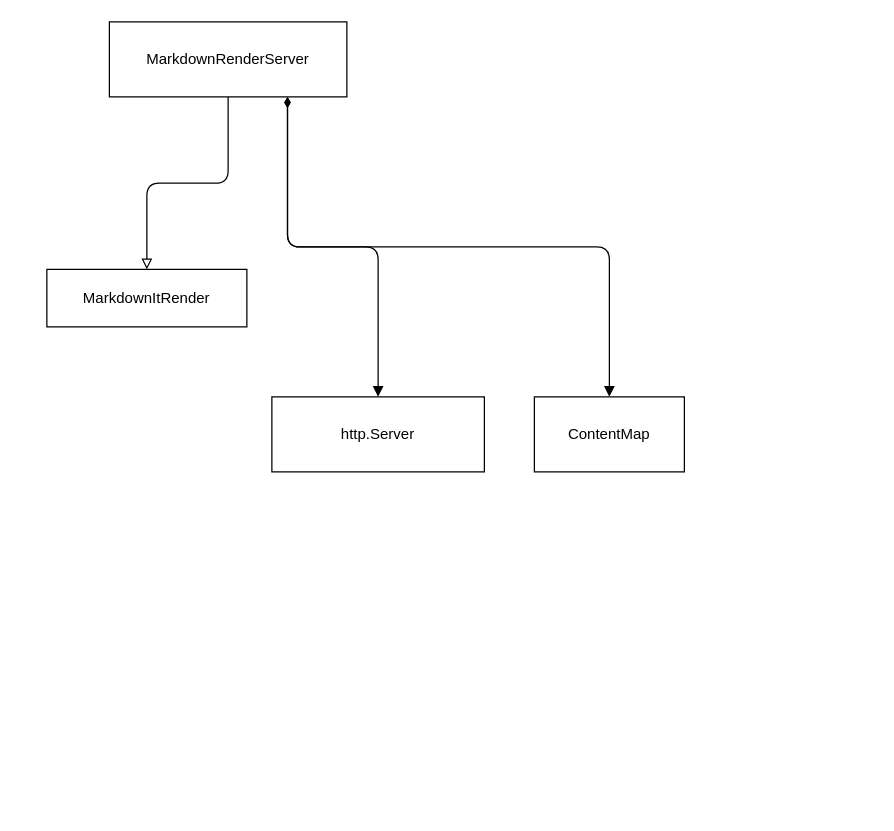
Earlier version of the draw.io diagram docs/memo/architecture.drawio (kazumatu981/markdown-it-pdf). Source tidied: cells renumbered, new cells numbered last; positions are measured from the earlier drawing's top-left corner, leaving out a move shared by most shapes. Both pictures are drawn from the tidied source at 125%, with x=0, y=0 at pixel (46, 21).
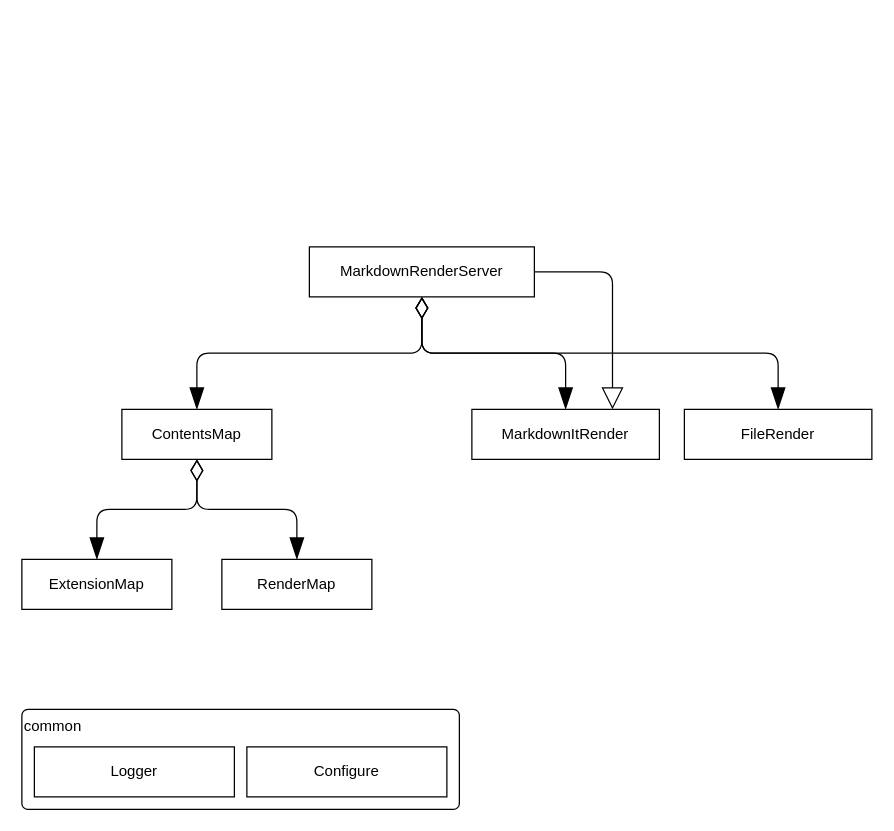
After the change.

Commit message:
just backup.

What changed in the source:
```diff
@@
 <mxGraphModel>
   <root>
     <mxCell id="0" />
     <mxCell id="1" parent="0" />
+    <mxCell id="9" style="edgeStyle=elbowEdgeStyle;html=1;entryX=0.5;entryY=0;entryDx=0;entryDy=0;elbow=vertical;startArrow=diamondThin;startFill=0;targetPerimeterSpacing=0;startSize=15;endSize=15;endArrow=blockThin;endFill=1;" parent="1" edge="1" source="11" target="12">
+      <mxGeometry relative="1" as="geometry" />
+    </mxCell>
+    <mxCell id="10" style="edgeStyle=elbowEdgeStyle;elbow=vertical;html=1;startArrow=diamondThin;startFill=0;targetPerimeterSpacing=0;startSize=15;endSize=15;endArrow=blockThin;endFill=1;" parent="1" edge="1" source="11" target="13">
+      <mxGeometry relative="1" as="geometry" />
+    </mxCell>
+    <mxCell id="11" value="ContentsMap" style="rounded=0;whiteSpace=wrap;html=1;fillColor=none;" parent="1" vertex="1">
+      <mxGeometry x="60" y="310" width="120" height="40" as="geometry" />
+    </mxCell>
+    <mxCell id="12" value="ExtensionMap" style="rounded=0;whiteSpace=wrap;html=1;fillColor=none;" parent="1" vertex="1">
+      <mxGeometry x="-20" y="430" width="120" height="40" as="geometry" />
+    </mxCell>
+    <mxCell id="13" value="RenderMap" style="rounded=0;whiteSpace=wrap;html=1;fillColor=none;" parent="1" vertex="1">
+      <mxGeometry x="140" y="430" width="120" height="40" as="geometry" />
+    </mxCell>
+    <mxCell id="14" style="edgeStyle=elbowEdgeStyle;elbow=vertical;html=1;startArrow=diamondThin;startFill=0;endArrow=blockThin;endFill=1;startSize=15;endSize=15;targetPerimeterSpacing=0;" parent="1" edge="1" source="6" target="2">
+      <mxGeometry relative="1" as="geometry" />
+    </mxCell>
+    <mxCell id="15" style="edgeStyle=elbowEdgeStyle;elbow=vertical;html=1;startArrow=diamondThin;startFill=0;endArrow=blockThin;endFill=1;startSize=15;endSize=15;targetPerimeterSpacing=0;" parent="1" edge="1" source="6" target="20">
+      <mxGeometry relative="1" as="geometry" />
+    </mxCell>
+    <mxCell id="16" style="edgeStyle=elbowEdgeStyle;elbow=vertical;html=1;entryX=0.75;entryY=0;entryDx=0;entryDy=0;startArrow=none;startFill=0;endArrow=block;endFill=0;startSize=15;endSize=15;targetPerimeterSpacing=0;" parent="1" edge="1" source="6" target="2">
+      <mxGeometry relative="1" as="geometry">
+        <Array as="points">
+          <mxPoint x="400" y="200" />
+        </Array>
+      </mxGeometry>
+    </mxCell>
+    <mxCell id="6" value="MarkdownRenderServer" style="rounded=0;whiteSpace=wrap;html=1;fillColor=none;" parent="1" vertex="1">
+      <mxGeometry x="210" y="180" width="180" height="40" as="geometry" />
+    </mxCell>
+    <mxCell id="17" style="edgeStyle=elbowEdgeStyle;elbow=vertical;html=1;startArrow=diamondThin;startFill=0;targetPerimeterSpacing=0;startSize=15;endSize=15;endArrow=blockThin;endFill=1;" parent="1" edge="1" source="6" target="11">
+      <mxGeometry relative="1" as="geometry" />
+    </mxCell>
-    <mxCell id="2" value="MarkdownItRender" style="rounded=0;whiteSpace=wrap;html=1;" parent="1" vertex="1">
-      <mxGeometry y="198" width="160" height="46" as="geometry" />
+    <mxCell id="2" value="MarkdownItRender" style="rounded=0;whiteSpace=wrap;html=1;fillColor=none;" parent="1" vertex="1">
+      <mxGeometry x="340" y="310" width="150" height="40" as="geometry" />
     </mxCell>
-    <mxCell id="3" style="edgeStyle=elbowEdgeStyle;html=1;entryX=0.5;entryY=0;entryDx=0;entryDy=0;endArrow=block;endFill=0;elbow=vertical;" parent="1" edge="1" source="6" target="2">
-      <mxGeometry relative="1" as="geometry" />
-    </mxCell>
-    <mxCell id="4" style="edgeStyle=elbowEdgeStyle;elbow=vertical;html=1;exitX=0.75;exitY=1;exitDx=0;exitDy=0;entryX=0.5;entryY=0;entryDx=0;entryDy=0;endArrow=block;endFill=1;startArrow=diamondThin;startFill=1;" parent="1" edge="1" source="6" target="7">
-      <mxGeometry relative="1" as="geometry" />
-    </mxCell>
+    <mxCell id="18" value="common" style="rounded=1;whiteSpace=wrap;html=1;fillColor=none;arcSize=6;align=left;verticalAlign=top;" parent="1" vertex="1">
+      <mxGeometry x="-20" y="550" width="350" height="80" as="geometry" />
+    </mxCell>
-    <mxCell id="5" style="edgeStyle=elbowEdgeStyle;elbow=vertical;html=1;exitX=0.75;exitY=1;exitDx=0;exitDy=0;entryX=0.5;entryY=0;entryDx=0;entryDy=0;startArrow=diamondThin;startFill=1;endArrow=block;endFill=1;" parent="1" edge="1" source="6" target="8">
-      <mxGeometry relative="1" as="geometry" />
+    <mxCell id="5" value="Logger" style="rounded=0;whiteSpace=wrap;html=1;fillColor=none;" parent="1" vertex="1">
+      <mxGeometry x="-10" y="580" width="160" height="40" as="geometry" />
     </mxCell>
-    <mxCell id="6" value="MarkdownRenderServer" style="rounded=0;whiteSpace=wrap;html=1;" parent="1" vertex="1">
-      <mxGeometry x="50" width="190" height="60" as="geometry" />
-    </mxCell>
-    <mxCell id="7" value="http.Server" style="rounded=0;whiteSpace=wrap;html=1;" parent="1" vertex="1">
-      <mxGeometry x="180" y="300" width="170" height="60" as="geometry" />
-    </mxCell>
-    <mxCell id="8" value="ContentMap" style="rounded=0;whiteSpace=wrap;html=1;" parent="1" vertex="1">
-      <mxGeometry x="390" y="300" width="120" height="60" as="geometry" />
-    </mxCell>
+    <mxCell id="19" value="Configure" style="rounded=0;whiteSpace=wrap;html=1;fillColor=none;" parent="1" vertex="1">
+      <mxGeometry x="160" y="580" width="160" height="40" as="geometry" />
+    </mxCell>
+    <mxCell id="20" value="FileRender" style="rounded=0;whiteSpace=wrap;html=1;fillColor=none;" parent="1" vertex="1">
+      <mxGeometry x="510" y="310" width="150" height="40" as="geometry" />
+    </mxCell>
   </root>
 </mxGraphModel>
```
